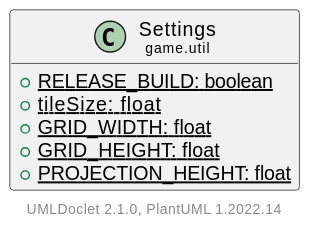
Hirschiii/JavaGameEngine keeps this PlantUML diagram as doc/javadoc/game/util/Settings.svg. Above is the earlier version.
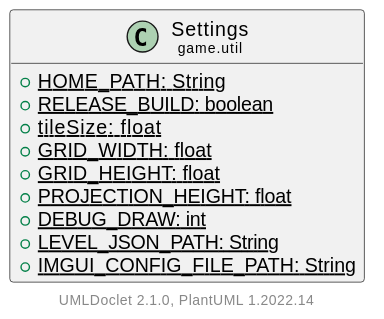
Above is the later version.

Diff of the diagram source:
```diff
@@ -4,11 +4,15 @@
     hide empty methods
 
     class "<size:14>Settings\n<size:10>game.util" as game.util.Settings [[Settings.html]] {
+        {static} +HOME_PATH: String
         {static} +RELEASE_BUILD: boolean
         {static} +tileSize: float
         {static} +GRID_WIDTH: float
         {static} +GRID_HEIGHT: float
         {static} +PROJECTION_HEIGHT: float
+        {static} +DEBUG_DRAW: int
+        {static} +LEVEL_JSON_PATH: String
+        {static} +IMGUI_CONFIG_FILE_PATH: String
     }
 
     center footer UMLDoclet 2.1.0, PlantUML %version()
```
